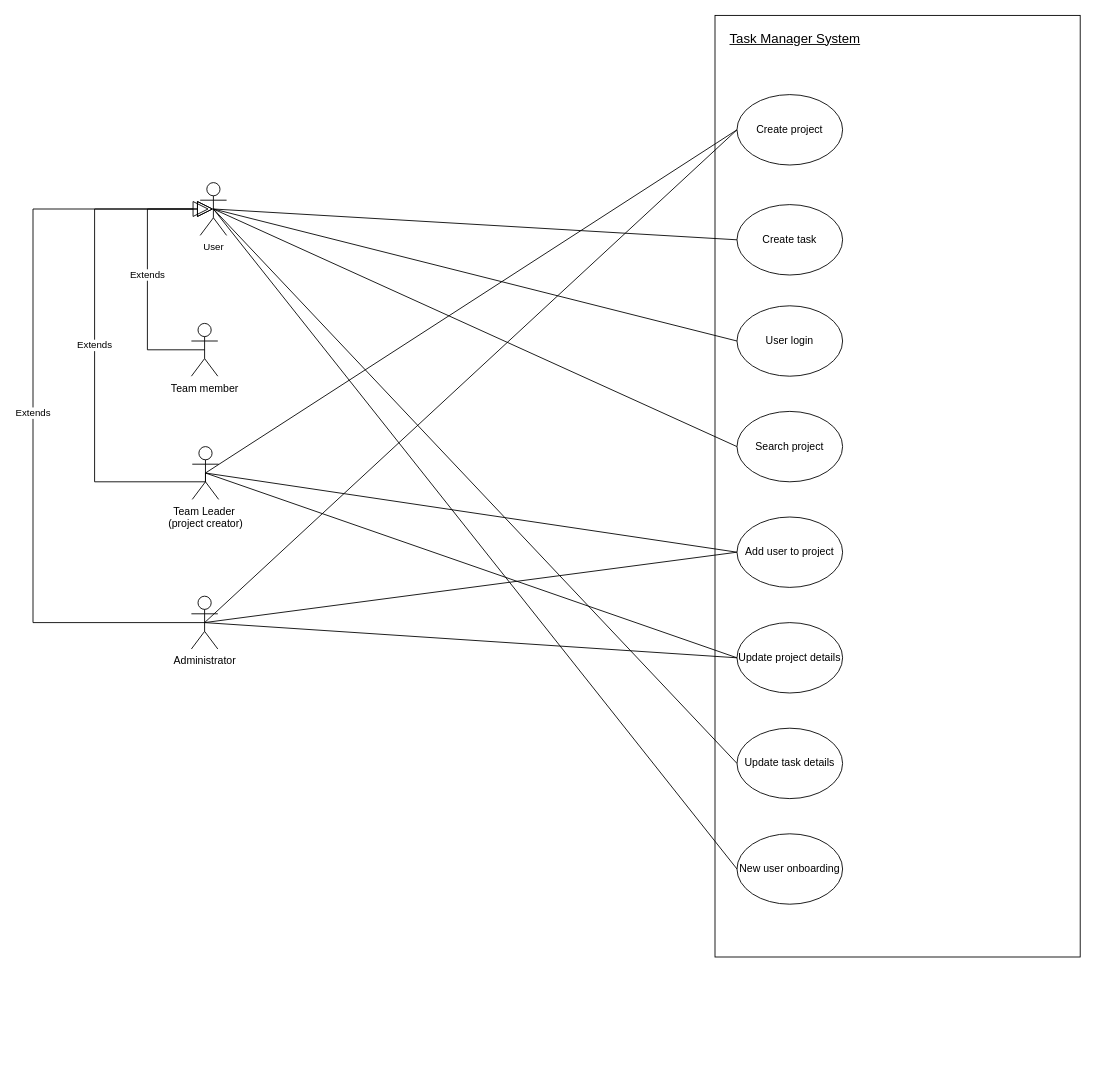
trentonwhite91/TASK-MANAGER-APP-PARENT keeps this draw.io diagram as docs/diagrams/task_manager_app_use_case_diagram.drawio. Above is the earlier version. Source tidied: cells renumbered, new cells numbered last; positions are measured from the earlier drawing's top-left corner, leaving out a move shared by most shapes. Both pictures are drawn from the tidied source at 88%, with x=0, y=0 at pixel (33, 15).
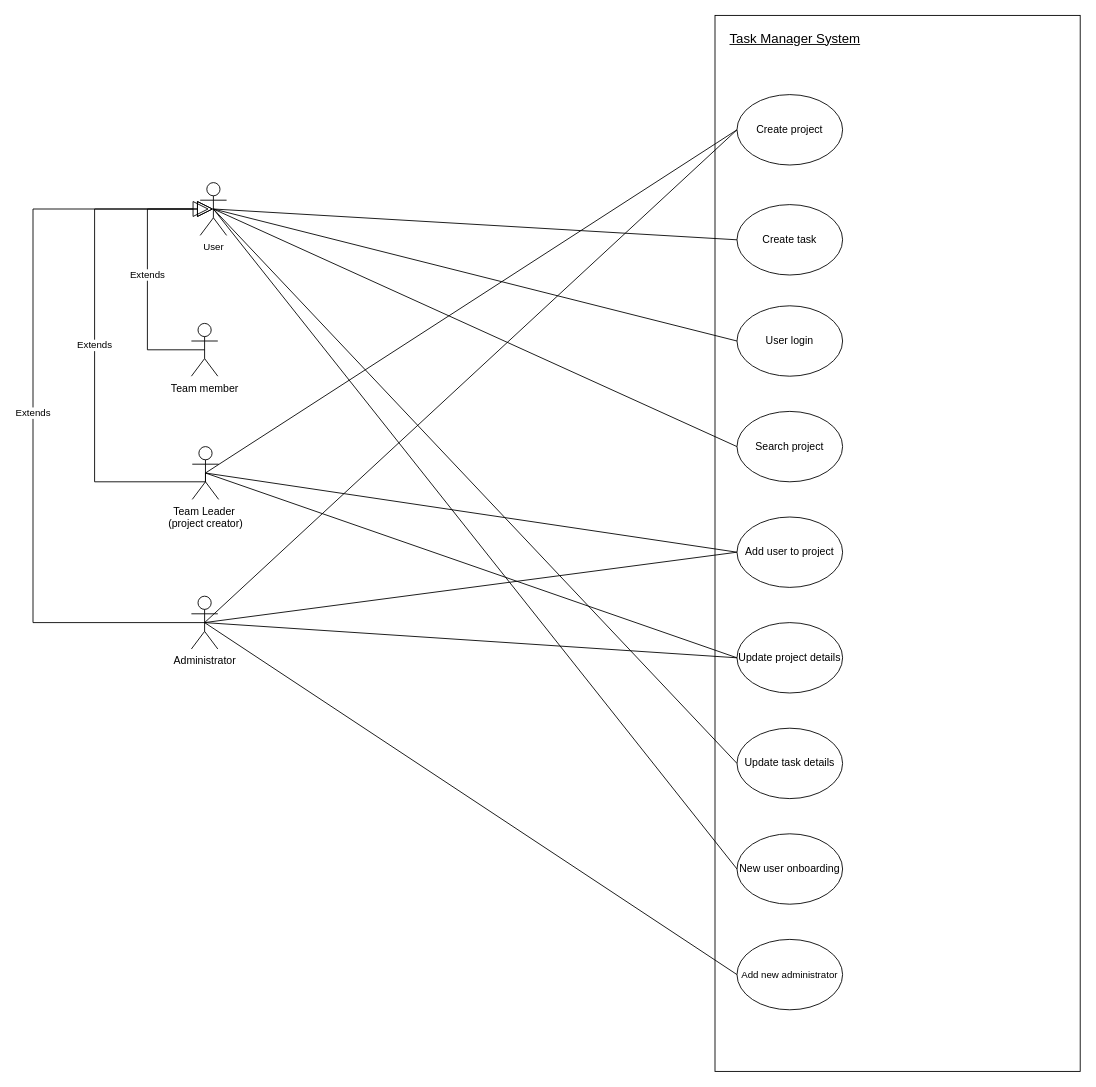
The same page after the edit.

Commit message:
Add "add new administrator" use case to UC diagram

The change refers to these unchanged cells:
```xml
<mxCell id="11" value="Administrator" style="shape=umlActor;verticalLabelPosition=bottom;verticalAlign=top;html=1;outlineConnect=0;" parent="1" vertex="1">
  <mxGeometry x="180" y="660" width="30" height="60" as="geometry" />
</mxCell>
```

Diff of the diagram source:
```diff
@@
     <mxCell id="2" style="rounded=0;whiteSpace=wrap;html=1;fillColor=none;" parent="1" vertex="1">
-      <mxGeometry x="775" width="415" height="1070" as="geometry" />
+      <mxGeometry x="775" width="415" height="1200" as="geometry" />
     </mxCell>
@@
+    <mxCell id="30" style="edgeStyle=none;shape=connector;rounded=0;jettySize=auto;html=1;exitX=0.5;exitY=0.5;exitDx=0;exitDy=0;exitPerimeter=0;entryX=0;entryY=0.5;entryDx=0;entryDy=0;strokeColor=default;align=center;verticalAlign=middle;fontFamily=Helvetica;fontSize=11;fontColor=default;labelBackgroundColor=default;endArrow=none;endFill=0;" parent="1" edge="1" source="11" target="31">
+      <mxGeometry relative="1" as="geometry" />
+    </mxCell>
@@
+    <mxCell id="31" value="Add new administrator" style="ellipse;whiteSpace=wrap;html=1;fontFamily=Helvetica;fontSize=11;fontColor=default;labelBackgroundColor=default;" parent="1" vertex="1">
+      <mxGeometry x="800" y="1050" width="120" height="80" as="geometry" />
+    </mxCell>
```
